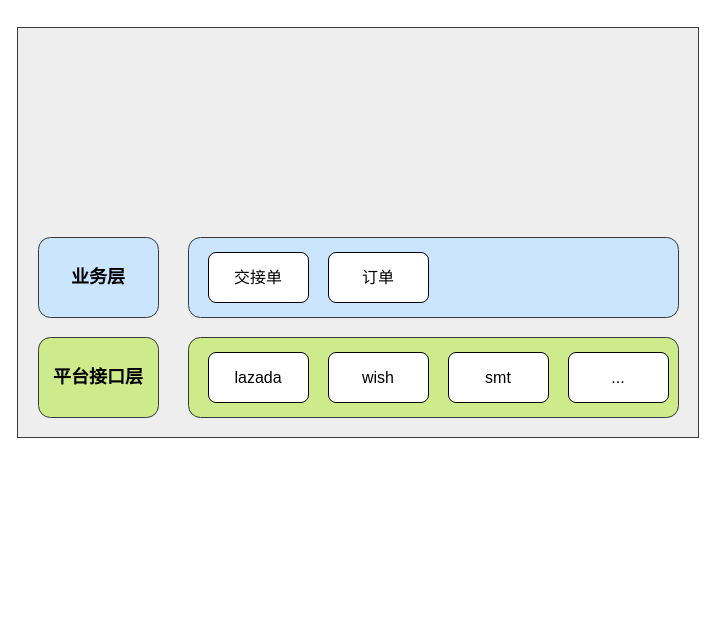
Before: longpean/OMS-交接单-架构.drawio in GitHeP/diagrams, a draw.io diagram. Source tidied: cells renumbered, new cells numbered last; positions are measured from the earlier drawing's top-left corner, leaving out a move shared by most shapes. Both pictures are drawn from the tidied source at 100%, with x=0, y=0 at pixel (17, 27).
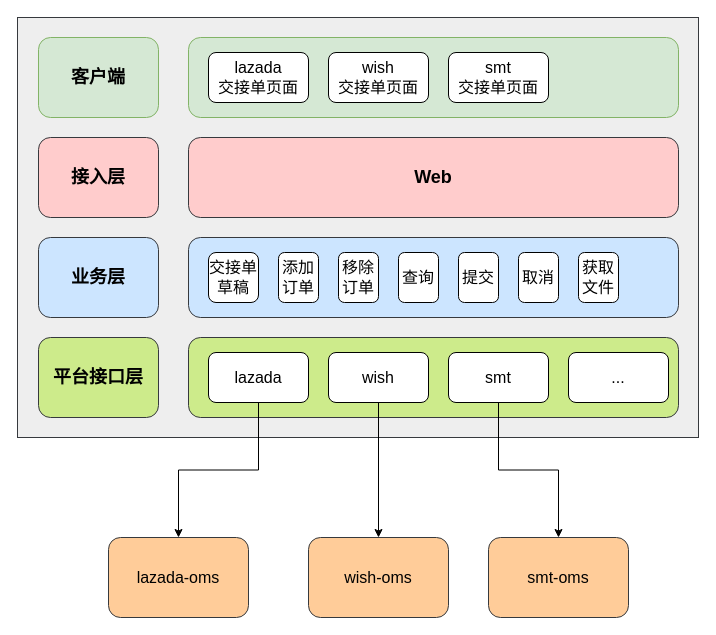
The same diagram, later.

Commit message (it also covers changes not shown here):
更新OMS-交接单-架构.drawio

The change refers to these unchanged cells:
```xml
<mxCell id="5" value="&lt;font style=&quot;font-size: 16px;&quot;&gt;lazada&lt;/font&gt;" style="rounded=1;whiteSpace=wrap;html=1;" parent="1" vertex="1">
  <mxGeometry x="191" y="325" width="100" height="50" as="geometry" />
</mxCell>
<mxCell id="6" value="&lt;font style=&quot;font-size: 16px;&quot;&gt;wish&lt;/font&gt;" style="rounded=1;whiteSpace=wrap;html=1;" parent="1" vertex="1">
  <mxGeometry x="311" y="325" width="100" height="50" as="geometry" />
</mxCell>
<mxCell id="7" value="&lt;font style=&quot;font-size: 16px;&quot;&gt;smt&lt;/font&gt;" style="rounded=1;whiteSpace=wrap;html=1;" parent="1" vertex="1">
  <mxGeometry x="431" y="325" width="100" height="50" as="geometry" />
</mxCell>
```

Diff of the diagram source:
```diff
@@
     <mxCell id="2" style="rounded=0;whiteSpace=wrap;html=1;fillColor=#eeeeee;strokeColor=#36393d;" parent="1" vertex="1">
-      <mxGeometry width="681" height="410" as="geometry" />
+      <mxGeometry y="-10" width="681" height="420" as="geometry" />
     </mxCell>
@@
+    <mxCell id="13" style="edgeStyle=orthogonalEdgeStyle;rounded=0;jettySize=auto;html=1;" parent="1" edge="1" source="5" target="18">
+      <mxGeometry relative="1" as="geometry" />
+    </mxCell>
@@
+    <mxCell id="14" style="edgeStyle=orthogonalEdgeStyle;rounded=0;jettySize=auto;html=1;" parent="1" edge="1" source="6" target="24">
+      <mxGeometry relative="1" as="geometry" />
+    </mxCell>
@@
+    <mxCell id="15" style="edgeStyle=orthogonalEdgeStyle;rounded=0;jettySize=auto;html=1;" parent="1" edge="1" source="7" target="25">
+      <mxGeometry relative="1" as="geometry" />
+    </mxCell>
@@
-    <mxCell id="11" value="&lt;font style=&quot;font-size: 16px;&quot;&gt;交接单&lt;/font&gt;" style="rounded=1;whiteSpace=wrap;html=1;" parent="1" vertex="1">
-      <mxGeometry x="191" y="225" width="100" height="50" as="geometry" />
+    <mxCell id="11" value="&lt;font style=&quot;font-size: 16px;&quot;&gt;交接单草稿&lt;/font&gt;" style="rounded=1;whiteSpace=wrap;html=1;" parent="1" vertex="1">
+      <mxGeometry x="191" y="225" width="50" height="50" as="geometry" />
     </mxCell>
-    <mxCell id="12" value="&lt;font style=&quot;font-size: 16px;&quot;&gt;订单&lt;/font&gt;" style="rounded=1;whiteSpace=wrap;html=1;" parent="1" vertex="1">
-      <mxGeometry x="311" y="225" width="100" height="50" as="geometry" />
+    <mxCell id="12" value="&lt;font style=&quot;font-size: 16px;&quot;&gt;添加订单&lt;/font&gt;" style="rounded=1;whiteSpace=wrap;html=1;" parent="1" vertex="1">
+      <mxGeometry x="261" y="225" width="40" height="50" as="geometry" />
     </mxCell>
+    <mxCell id="16" value="&lt;span style=&quot;font-size: 18px;&quot;&gt;&lt;b&gt;接入层&lt;br&gt;&lt;/b&gt;&lt;/span&gt;" style="rounded=1;whiteSpace=wrap;html=1;fillColor=#ffcccc;strokeColor=#36393d;" parent="1" vertex="1">
+      <mxGeometry x="21" y="110" width="120" height="80" as="geometry" />
+    </mxCell>
+    <mxCell id="17" value="&lt;font style=&quot;font-size: 18px;&quot;&gt;&lt;b&gt;Web&lt;/b&gt;&lt;/font&gt;" style="rounded=1;whiteSpace=wrap;html=1;fillColor=#ffcccc;strokeColor=#36393d;" parent="1" vertex="1">
+      <mxGeometry x="171" y="110" width="490" height="80" as="geometry" />
+    </mxCell>
+    <mxCell id="18" value="&lt;font style=&quot;font-size: 16px;&quot;&gt;lazada-oms&lt;/font&gt;" style="rounded=1;whiteSpace=wrap;html=1;fillColor=#ffcc99;strokeColor=#36393d;" parent="1" vertex="1">
+      <mxGeometry x="91" y="510" width="140" height="80" as="geometry" />
+    </mxCell>
+    <mxCell id="19" value="&lt;font style=&quot;font-size: 16px;&quot;&gt;移除订单&lt;/font&gt;" style="rounded=1;whiteSpace=wrap;html=1;" parent="1" vertex="1">
+      <mxGeometry x="321" y="225" width="40" height="50" as="geometry" />
+    </mxCell>
+    <mxCell id="20" value="&lt;span style=&quot;font-size: 16px;&quot;&gt;查询&lt;/span&gt;" style="rounded=1;whiteSpace=wrap;html=1;" parent="1" vertex="1">
+      <mxGeometry x="381" y="225" width="40" height="50" as="geometry" />
+    </mxCell>
+    <mxCell id="21" value="&lt;span style=&quot;font-size: 16px;&quot;&gt;提交&lt;/span&gt;" style="rounded=1;whiteSpace=wrap;html=1;" parent="1" vertex="1">
+      <mxGeometry x="441" y="225" width="40" height="50" as="geometry" />
+    </mxCell>
+    <mxCell id="22" value="&lt;span style=&quot;font-size: 16px;&quot;&gt;取消&lt;/span&gt;" style="rounded=1;whiteSpace=wrap;html=1;" parent="1" vertex="1">
+      <mxGeometry x="501" y="225" width="40" height="50" as="geometry" />
+    </mxCell>
+    <mxCell id="23" value="&lt;span style=&quot;font-size: 16px;&quot;&gt;获取文件&lt;/span&gt;" style="rounded=1;whiteSpace=wrap;html=1;" parent="1" vertex="1">
+      <mxGeometry x="561" y="225" width="40" height="50" as="geometry" />
+    </mxCell>
+    <mxCell id="24" value="&lt;font style=&quot;font-size: 16px;&quot;&gt;wish-oms&lt;/font&gt;" style="rounded=1;whiteSpace=wrap;html=1;fillColor=#ffcc99;strokeColor=#36393d;" parent="1" vertex="1">
+      <mxGeometry x="291" y="510" width="140" height="80" as="geometry" />
+    </mxCell>
+    <mxCell id="25" value="&lt;font style=&quot;font-size: 16px;&quot;&gt;smt-oms&lt;/font&gt;" style="rounded=1;whiteSpace=wrap;html=1;fillColor=#ffcc99;strokeColor=#36393d;" parent="1" vertex="1">
+      <mxGeometry x="471" y="510" width="140" height="80" as="geometry" />
+    </mxCell>
+    <mxCell id="26" value="&lt;span style=&quot;font-size: 18px;&quot;&gt;&lt;b&gt;客户端&lt;br&gt;&lt;/b&gt;&lt;/span&gt;" style="rounded=1;whiteSpace=wrap;html=1;fillColor=#d5e8d4;strokeColor=#82b366;" parent="1" vertex="1">
+      <mxGeometry x="21" y="10" width="120" height="80" as="geometry" />
+    </mxCell>
+    <mxCell id="27" value="&lt;span style=&quot;font-size: 18px;&quot;&gt;&lt;b&gt;&lt;br&gt;&lt;/b&gt;&lt;/span&gt;" style="rounded=1;whiteSpace=wrap;html=1;fillColor=#d5e8d4;strokeColor=#82b366;" parent="1" vertex="1">
+      <mxGeometry x="171" y="10" width="490" height="80" as="geometry" />
+    </mxCell>
+    <mxCell id="28" value="&lt;font style=&quot;font-size: 16px;&quot;&gt;lazada &lt;br&gt;交接单页面&lt;/font&gt;" style="rounded=1;whiteSpace=wrap;html=1;" parent="1" vertex="1">
+      <mxGeometry x="191" y="25" width="100" height="50" as="geometry" />
+    </mxCell>
+    <mxCell id="29" value="&lt;font style=&quot;font-size: 16px;&quot;&gt;wish&lt;br&gt;交接单页面&lt;/font&gt;" style="rounded=1;whiteSpace=wrap;html=1;" parent="1" vertex="1">
+      <mxGeometry x="311" y="25" width="100" height="50" as="geometry" />
+    </mxCell>
+    <mxCell id="30" value="&lt;font style=&quot;font-size: 16px;&quot;&gt;smt&lt;br&gt;交接单页面&lt;/font&gt;" style="rounded=1;whiteSpace=wrap;html=1;" parent="1" vertex="1">
+      <mxGeometry x="431" y="25" width="100" height="50" as="geometry" />
+    </mxCell>
```
